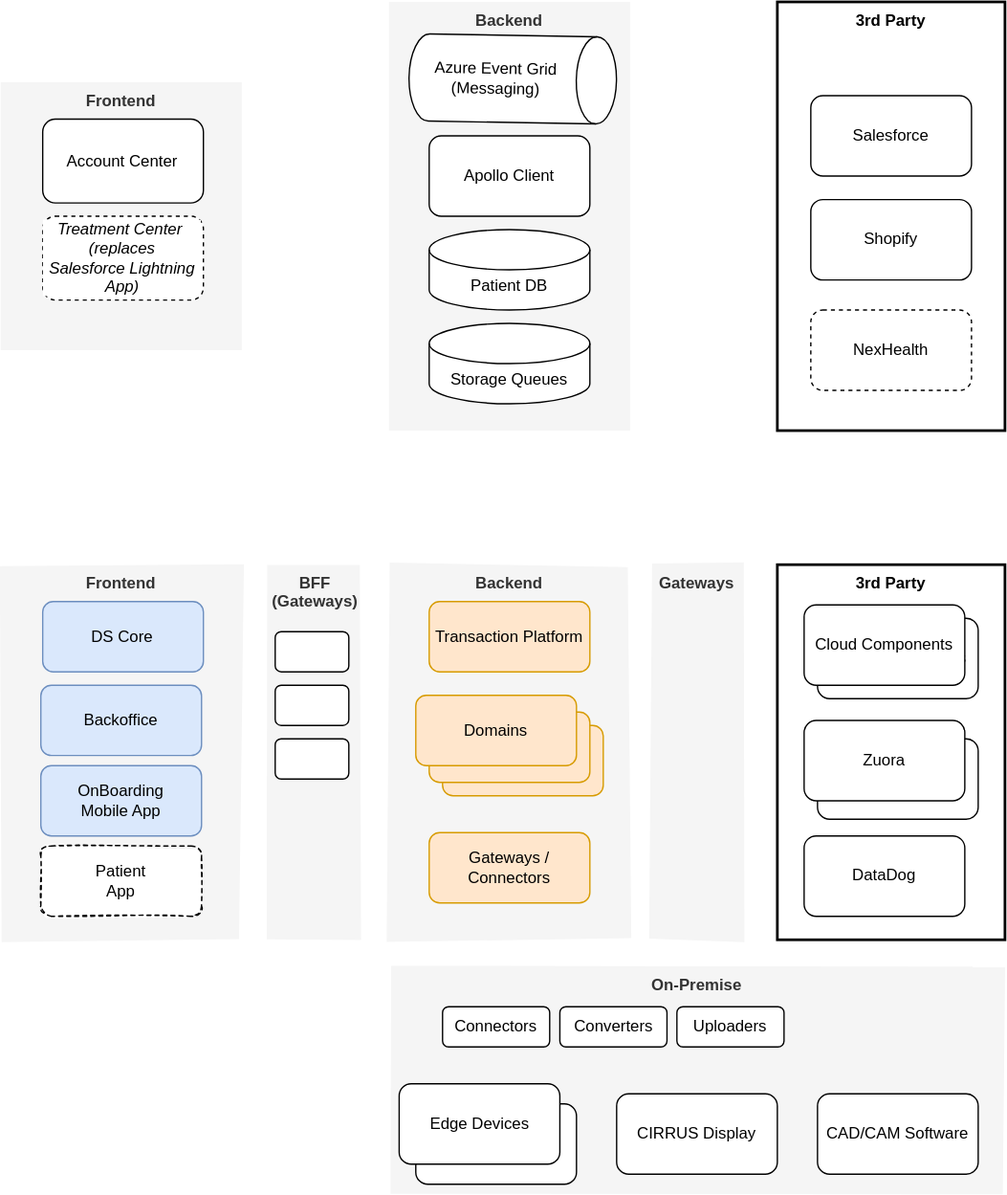
Before: diags/byte+/cv-byte+.drawio.svg, a diagram exported from draw.io (resema/cheatsheets). Source tidied: cells renumbered, new cells last; positions are measured from the earlier drawing's top-left corner, leaving out a move shared by most shapes.
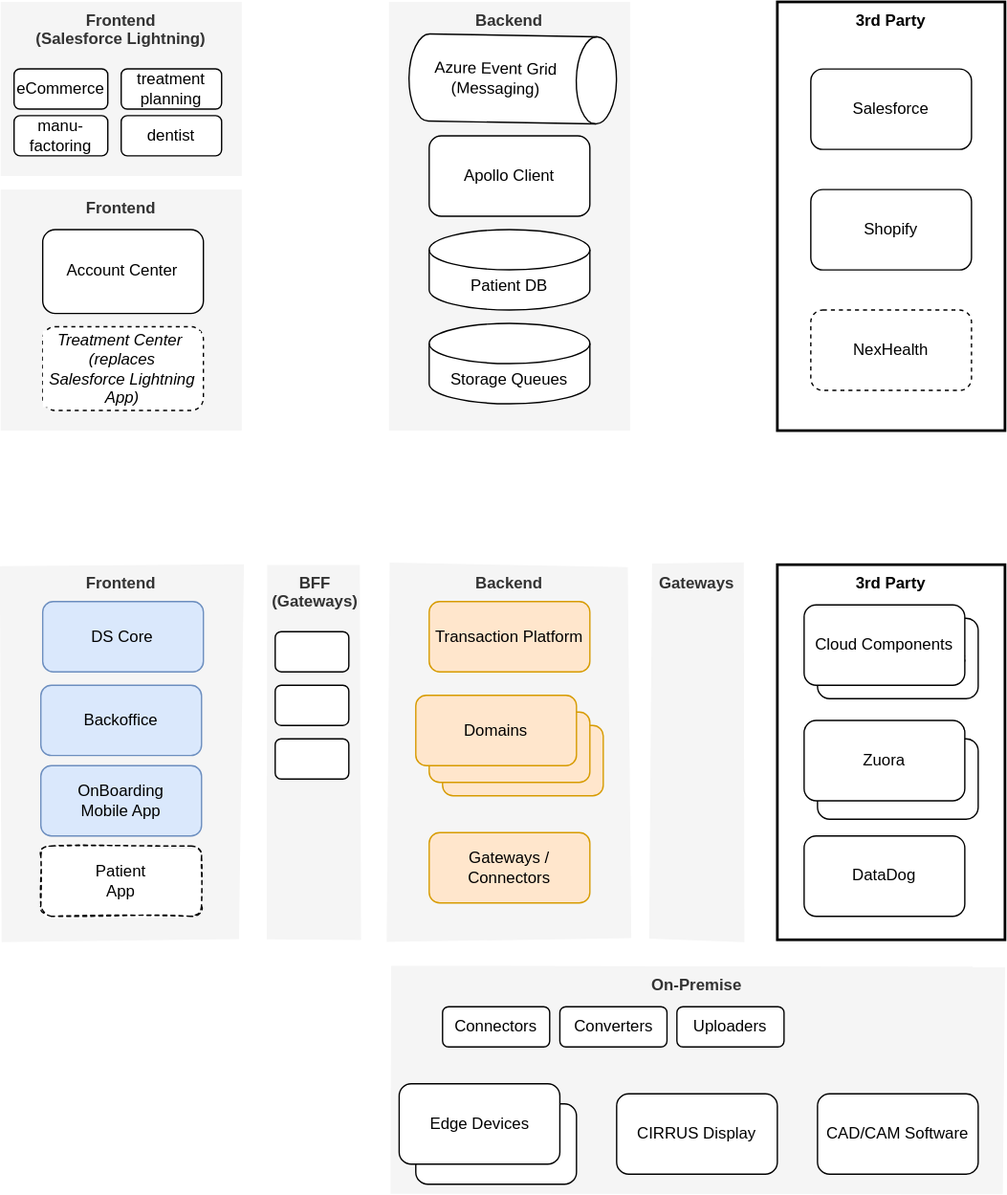
Later version of the same file.

What changed in the source:
```diff
@@ -2,6 +2,9 @@
   <root>
     <mxCell id="0" />
     <mxCell id="1" parent="0" />
+    <mxCell id="44" value="Frontend&lt;br&gt;(Salesforce Lightning)" style="rounded=0;whiteSpace=wrap;html=1;labelBackgroundColor=none;sketch=0;labelPosition=center;verticalLabelPosition=middle;align=center;verticalAlign=top;fillColor=#f5f5f5;strokeColor=none;fillStyle=solid;fontColor=#333333;fontStyle=1;strokeWidth=1;" parent="1" vertex="1">
+      <mxGeometry y="19.9" width="180" height="130" as="geometry" />
+    </mxCell>
     <mxCell id="2" value="Backend" style="rounded=0;whiteSpace=wrap;html=1;labelBackgroundColor=none;sketch=1;fontColor=#333333;verticalAlign=top;fillColor=#f5f5f5;strokeColor=none;fillStyle=solid;fontStyle=1;strokeWidth=1;" parent="1" vertex="1">
       <mxGeometry x="290" y="440" width="180" height="280" as="geometry" />
     </mxCell>
@@ -12,10 +15,10 @@
       <mxGeometry x="320" y="550" width="120" height="52.5" as="geometry" />
     </mxCell>
     <mxCell id="5" value="Frontend" style="rounded=0;whiteSpace=wrap;html=1;labelBackgroundColor=none;sketch=0;labelPosition=center;verticalLabelPosition=middle;align=center;verticalAlign=top;fillColor=#f5f5f5;strokeColor=none;fillStyle=solid;fontColor=#333333;fontStyle=1;strokeWidth=1;" parent="1" vertex="1">
-      <mxGeometry y="79.9" width="180" height="200" as="geometry" />
+      <mxGeometry y="160" width="180" height="179.9" as="geometry" />
     </mxCell>
     <mxCell id="6" value="Account Center" style="rounded=1;whiteSpace=wrap;html=1;labelBackgroundColor=#FFFFFF;sketch=0;fontColor=none;strokeWidth=1;" parent="1" vertex="1">
-      <mxGeometry x="31.4" y="107.5" width="120" height="62.5" as="geometry" />
+      <mxGeometry x="31.4" y="189.9" width="120" height="62.5" as="geometry" />
     </mxCell>
     <mxCell id="7" value="Backend" style="rounded=0;whiteSpace=wrap;html=1;labelBackgroundColor=none;sketch=0;fontColor=#333333;verticalAlign=top;fillColor=#f5f5f5;strokeColor=none;fillStyle=solid;fontStyle=1;strokeWidth=1;" parent="1" vertex="1">
       <mxGeometry x="290" y="19.9" width="180" height="320" as="geometry" />
@@ -27,13 +30,13 @@
       <mxGeometry x="580" y="19.9" width="170" height="320" as="geometry" />
     </mxCell>
     <mxCell id="10" value="Salesforce" style="rounded=1;whiteSpace=wrap;html=1;labelBackgroundColor=#FFFFFF;sketch=0;fontColor=none;strokeWidth=1;" parent="1" vertex="1">
-      <mxGeometry x="605" y="89.9" width="120" height="60" as="geometry" />
+      <mxGeometry x="605" y="70" width="120" height="60" as="geometry" />
     </mxCell>
     <mxCell id="11" value="NexHealth" style="rounded=1;whiteSpace=wrap;html=1;labelBackgroundColor=#FFFFFF;sketch=0;fontColor=none;dashed=1;strokeWidth=1;" parent="1" vertex="1">
       <mxGeometry x="605" y="249.9" width="120" height="60" as="geometry" />
     </mxCell>
     <mxCell id="12" value="Shopify" style="rounded=1;whiteSpace=wrap;html=1;labelBackgroundColor=#FFFFFF;sketch=0;fontColor=none;strokeWidth=1;" parent="1" vertex="1">
-      <mxGeometry x="605" y="167.5" width="120" height="60" as="geometry" />
+      <mxGeometry x="605" y="160" width="120" height="60" as="geometry" />
     </mxCell>
     <mxCell id="13" value="Patient DB" style="shape=cylinder3;whiteSpace=wrap;html=1;boundedLbl=1;backgroundOutline=1;size=15;labelBackgroundColor=#FFFFFF;sketch=0;fontColor=none;strokeWidth=1;" parent="1" vertex="1">
       <mxGeometry x="320" y="189.9" width="120" height="60" as="geometry" />
@@ -126,7 +129,19 @@
       <mxGeometry x="505" y="770" width="80" height="30" as="geometry" />
     </mxCell>
     <mxCell id="43" value="&lt;i&gt;Treatment Center&amp;nbsp;&lt;br&gt;(replaces &lt;br&gt;Salesforce Lightning App)&lt;br&gt;&lt;/i&gt;" style="rounded=1;whiteSpace=wrap;html=1;labelBackgroundColor=#FFFFFF;sketch=0;fontColor=none;dashed=1;strokeWidth=1;" parent="1" vertex="1">
-      <mxGeometry x="31.4" y="179.9" width="120" height="62.5" as="geometry" />
+      <mxGeometry x="31.4" y="262.4" width="120" height="62.5" as="geometry" />
     </mxCell>
+    <mxCell id="45" value="eCommerce" style="rounded=1;whiteSpace=wrap;html=1;labelBackgroundColor=none;sketch=0;fillStyle=solid;strokeWidth=1;fillColor=default;" parent="1" vertex="1">
+      <mxGeometry x="10" y="69.9" width="70" height="30" as="geometry" />
+    </mxCell>
+    <mxCell id="46" value="treatment&lt;br&gt;planning" style="rounded=1;whiteSpace=wrap;html=1;labelBackgroundColor=none;sketch=0;fillStyle=solid;strokeWidth=1;fillColor=default;" parent="1" vertex="1">
+      <mxGeometry x="90" y="69.9" width="75" height="30" as="geometry" />
+    </mxCell>
+    <mxCell id="47" value="manu-factoring" style="rounded=1;whiteSpace=wrap;html=1;labelBackgroundColor=none;sketch=0;fillStyle=solid;strokeWidth=1;fillColor=default;" parent="1" vertex="1">
+      <mxGeometry x="10" y="104.8" width="70" height="30" as="geometry" />
+    </mxCell>
+    <mxCell id="48" value="dentist" style="rounded=1;whiteSpace=wrap;html=1;labelBackgroundColor=none;sketch=0;fillStyle=solid;strokeWidth=1;fillColor=default;" parent="1" vertex="1">
+      <mxGeometry x="90" y="104.8" width="75" height="30" as="geometry" />
+    </mxCell>
   </root>
 </mxGraphModel>
```
